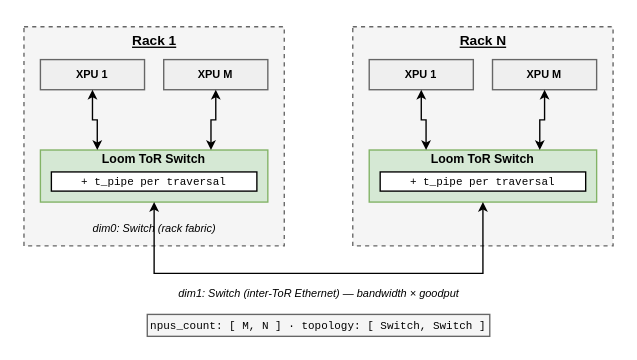
harshanavkis/astra-sim keeps this draw.io diagram as examples/loom/figures/loom-sim-topology.drawio.xml. Above is the earlier version. Source tidied: cells renumbered, new cells numbered last; positions are measured from the earlier drawing's top-left corner, leaving out a move shared by most shapes. Both pictures are drawn from the tidied source at 137%, with x=0, y=0 at pixel (23, 23).
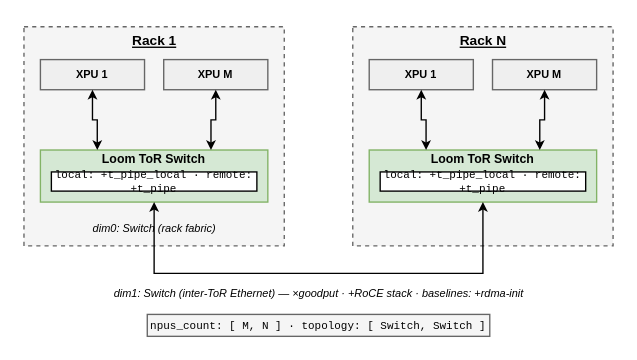
After the change.

Commit message (it also covers changes not shown here):
loom: local/remote pipeline split + figures updated to current model

What changed in the source:
```diff
@@
-    <mxCell id="7" value="+ t_pipe per traversal" style="rounded=0;whiteSpace=wrap;html=1;fontSize=8;fontFamily=Courier;" parent="1" vertex="1">
+    <mxCell id="7" value="local: +t_pipe_local · remote: +t_pipe" style="rounded=0;whiteSpace=wrap;html=1;fontSize=8;fontFamily=Courier;" parent="1" vertex="1">
       <mxGeometry x="20" y="108" width="150" height="14" as="geometry" />
     </mxCell>
@@
-    <mxCell id="16" value="+ t_pipe per traversal" style="rounded=0;whiteSpace=wrap;html=1;fontSize=8;fontFamily=Courier;" parent="1" vertex="1">
+    <mxCell id="16" value="local: +t_pipe_local · remote: +t_pipe" style="rounded=0;whiteSpace=wrap;html=1;fontSize=8;fontFamily=Courier;" parent="1" vertex="1">
       <mxGeometry x="260" y="108" width="150" height="14" as="geometry" />
     </mxCell>
@@
-    <mxCell id="20" value="dim1: Switch (inter-ToR Ethernet) — bandwidth × goodput" style="text;html=1;strokeColor=none;fillColor=none;fontSize=8;align=center;fontStyle=2;" parent="1" vertex="1">
+    <mxCell id="20" value="dim1: Switch (inter-ToR Ethernet) — ×goodput · +RoCE stack · baselines: +rdma-init" style="text;html=1;strokeColor=none;fillColor=none;fontSize=8;align=center;fontStyle=2;" parent="1" vertex="1">
       <mxGeometry x="90" y="186" width="250" height="12" as="geometry" />
     </mxCell>
```
